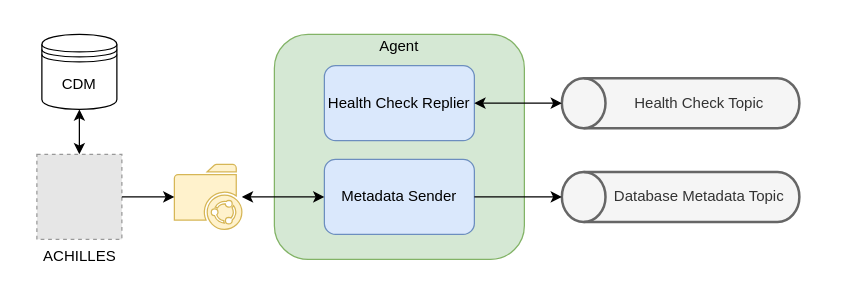
The draw.io diagram figs/04-extraction-update/agent-architecture.drawio in aspedrosa/masters-thesis, before the edit. Source tidied: cells renumbered, new cells numbered last; positions are measured from the earlier drawing's top-left corner, leaving out a move shared by most shapes. Both pictures are drawn from the tidied source at 125%, with x=0, y=0 at pixel (36, 28). Pictures stored in the file or linked from it are replaced by grey dashed boxes.
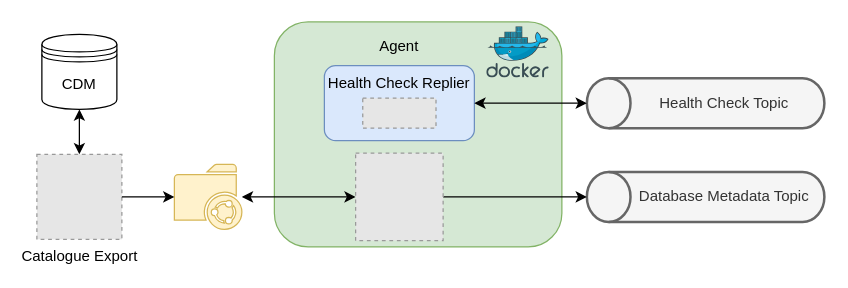
The same page after the edit.

The edit, as a diff of the source:
```diff
@@
 <mxGraphModel>
   <root>
     <mxCell id="0" />
     <mxCell id="1" parent="0" />
     <mxCell id="2" value="Health Check Topic" style="strokeWidth=2;html=1;shape=mxgraph.flowchart.direct_data;whiteSpace=wrap;direction=west;fillColor=#f5f5f5;strokeColor=#666666;fontColor=#333333;spacingLeft=30;" parent="1" vertex="1">
-      <mxGeometry x="420" y="40" width="190" height="40" as="geometry" />
+      <mxGeometry x="440" y="40" width="190" height="40" as="geometry" />
     </mxCell>
     <mxCell id="3" style="rounded=1;whiteSpace=wrap;html=1;fillColor=#d5e8d4;strokeColor=#82b366;" parent="1" vertex="1">
-      <mxGeometry x="190" y="5" width="200" height="180" as="geometry" />
+      <mxGeometry x="190" y="-5" width="230" height="180" as="geometry" />
     </mxCell>
-    <mxCell id="4" value="Health Check Replier" style="rounded=1;whiteSpace=wrap;html=1;fillColor=#dae8fc;strokeColor=#6c8ebf;" parent="1" vertex="1">
+    <mxCell id="4" value="&lt;font style=&quot;font-size: 12px&quot;&gt;Health Check Replier&lt;/font&gt;" style="rounded=1;whiteSpace=wrap;html=1;fillColor=#dae8fc;strokeColor=#6c8ebf;verticalAlign=top;" parent="1" vertex="1">
       <mxGeometry x="230" y="30" width="120" height="60" as="geometry" />
     </mxCell>
-    <mxCell id="5" value="Metadata Sender" style="rounded=1;whiteSpace=wrap;html=1;fillColor=#dae8fc;strokeColor=#6c8ebf;" parent="1" vertex="1">
-      <mxGeometry x="230" y="105" width="120" height="60" as="geometry" />
-    </mxCell>
     <mxCell id="6" value="Agent" style="text;html=1;strokeColor=none;fillColor=none;align=center;verticalAlign=middle;whiteSpace=wrap;rounded=0;" parent="1" vertex="1">
       <mxGeometry x="260" width="60" height="30" as="geometry" />
     </mxCell>
     <mxCell id="7" style="endArrow=classic;html=1;rounded=0;startArrow=classic;startFill=1;" parent="1" edge="1" source="4" target="2">
       <mxGeometry relative="1" as="geometry" />
     </mxCell>
     <mxCell id="8" value="Database Metadata Topic" style="strokeWidth=2;html=1;shape=mxgraph.flowchart.direct_data;whiteSpace=wrap;direction=west;fillColor=#f5f5f5;strokeColor=#666666;fontColor=#333333;spacingLeft=30;" parent="1" vertex="1">
-      <mxGeometry x="420" y="115" width="190" height="40" as="geometry" />
+      <mxGeometry x="440" y="115" width="190" height="40" as="geometry" />
     </mxCell>
-    <mxCell id="9" style="endArrow=classic;html=1;rounded=0;startArrow=classic;startFill=1;" parent="1" edge="1" source="5" target="11">
+    <mxCell id="9" style="endArrow=classic;html=1;rounded=0;startArrow=classic;startFill=1;" parent="1" edge="1" source="16" target="11">
       <mxGeometry relative="1" as="geometry" />
     </mxCell>
-    <mxCell id="10" style="endArrow=classic;html=1;rounded=0;" parent="1" edge="1" source="5" target="8">
+    <mxCell id="10" style="endArrow=classic;html=1;rounded=0;" parent="1" edge="1" source="16" target="8">
       <mxGeometry relative="1" as="geometry" />
     </mxCell>
     <mxCell id="11" style="sketch=0;shadow=0;dashed=0;html=1;strokeColor=#d6b656;fillColor=#fff2cc;labelPosition=center;verticalLabelPosition=bottom;verticalAlign=top;outlineConnect=0;align=center;shape=mxgraph.office.concepts.folder_shared;rounded=1;" parent="1" vertex="1">
       <mxGeometry x="110" y="109" width="54" height="52" as="geometry" />
     </mxCell>
-    <mxCell id="12" value="ACHILLES" style="fillColor=#E6E6E6;strokeColor=#999999;dashed=1;verticalAlign=top;verticalLabelPosition=bottom;labelBackgroundColor=none;html=1;" parent="1" vertex="1">
+    <mxCell id="12" value="Catalogue Export" style="fillColor=#E6E6E6;strokeColor=#999999;dashed=1;verticalAlign=top;verticalLabelPosition=bottom;labelBackgroundColor=none;html=1;" parent="1" vertex="1">
       <mxGeometry y="101" width="68" height="68" as="geometry" />
     </mxCell>
     <mxCell id="13" style="endArrow=none;html=1;rounded=0;startArrow=classic;startFill=1;endFill=0;" parent="1" edge="1" source="11" target="12">
       <mxGeometry relative="1" as="geometry" />
     </mxCell>
     <mxCell id="14" style="endArrow=classic;html=1;rounded=0;startArrow=classic;startFill=1;" parent="1" edge="1" source="12" target="15">
       <mxGeometry relative="1" as="geometry" />
     </mxCell>
     <mxCell id="15" value="CDM" style="shape=datastore;whiteSpace=wrap;html=1;rounded=1;" parent="1" vertex="1">
       <mxGeometry x="4" y="5" width="60" height="60" as="geometry" />
     </mxCell>
+    <mxCell id="16" style="fillColor=#E6E6E6;strokeColor=#999999;dashed=1;verticalLabelPosition=bottom;verticalAlign=top;" parent="1" vertex="1">
+      <mxGeometry x="255" y="100" width="70" height="70" as="geometry" />
+    </mxCell>
+    <mxCell id="17" style="fillColor=#E6E6E6;strokeColor=#999999;dashed=1;verticalLabelPosition=bottom;labelBackgroundColor=#ffffff;verticalAlign=top;" parent="1" vertex="1">
+      <mxGeometry x="260.7" y="56" width="58.6" height="24" as="geometry" />
+    </mxCell>
+    <mxCell id="18" style="sketch=0;html=1;align=center;image;fontSize=12;image=img/lib/mscae/Docker.svg;" parent="1" vertex="1">
+      <mxGeometry x="360" y="-1" width="50" height="41" as="geometry" />
+    </mxCell>
   </root>
 </mxGraphModel>
```
